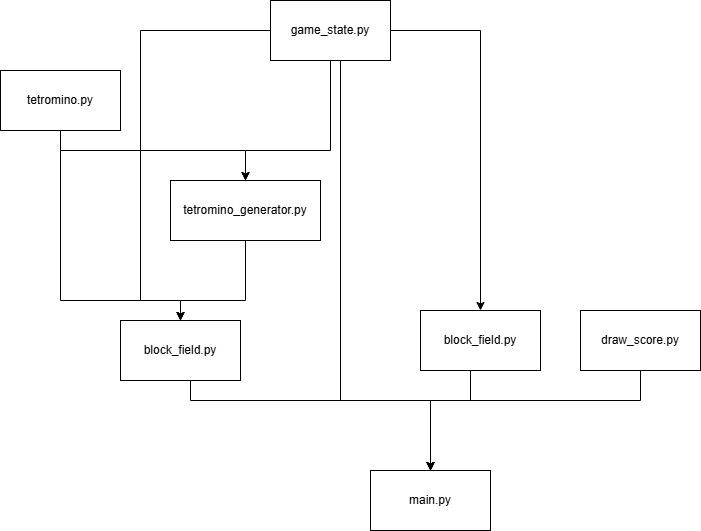
The draw.io diagram readme/tetris_program_structure.png in UutWijk/itvitae-python-arcadegames, before a commit. Source tidied: cells renumbered, new cells last; positions are measured from the earlier drawing's top-left corner, leaving out a move shared by most shapes.
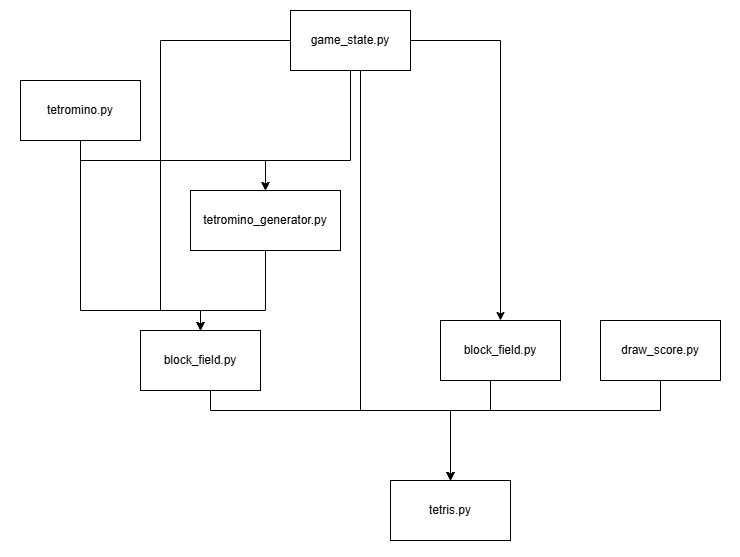
Later version of the same file.

Change to the diagram source:
```diff
@@ -2,7 +2,7 @@
   <root>
     <mxCell id="0" />
     <mxCell id="1" parent="0" />
-    <mxCell id="2" value="main.py" style="rounded=0;whiteSpace=wrap;html=1;" parent="1" vertex="1">
+    <mxCell id="2" value="tetris.py" style="rounded=0;whiteSpace=wrap;html=1;" parent="1" vertex="1">
       <mxGeometry x="370" y="470" width="120" height="60" as="geometry" />
     </mxCell>
     <mxCell id="3" style="edgeStyle=orthogonalEdgeStyle;rounded=0;jettySize=auto;html=1;entryX=0.5;entryY=0;entryDx=0;entryDy=0;" parent="1" edge="1" target="2">
```
